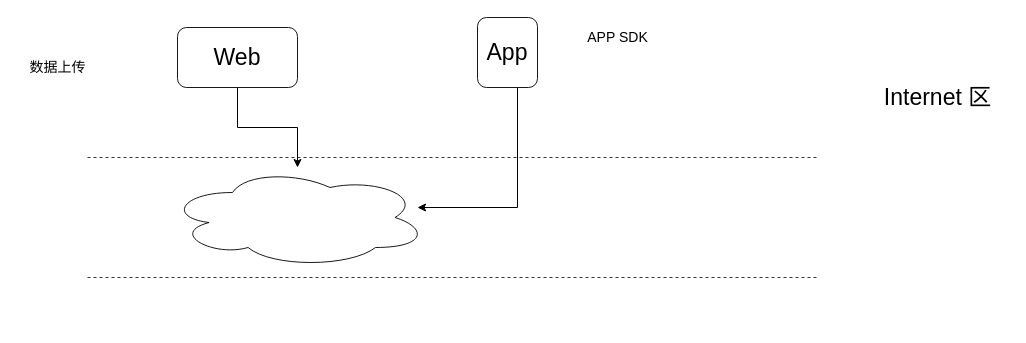
Earlier version of the draw.io diagram 通用平台上线.drawio (zeng0550/free-programming-books). Source tidied: cells renumbered, new cells numbered last; positions are measured from the earlier drawing's top-left corner, leaving out a move shared by most shapes. Both pictures are drawn from the tidied source at 100%, with x=0, y=0 at pixel (22, 17).
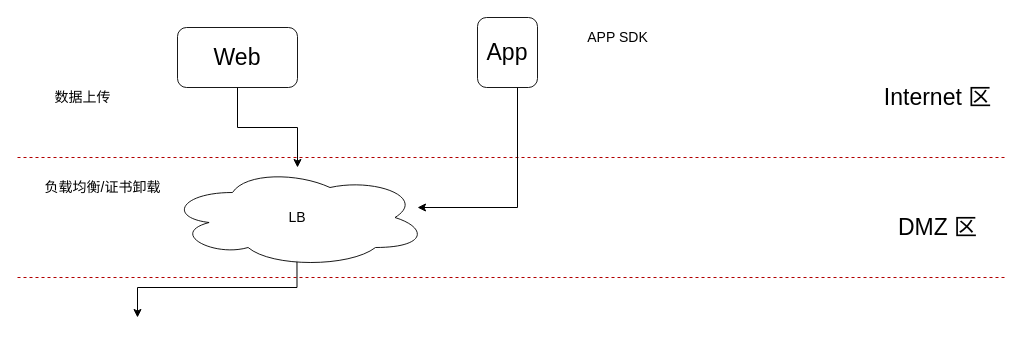
Above is the later version.

Commit message (it also covers changes not shown here):
更新通用平台上线.drawio

Change to the diagram source:
```diff
@@
     <mxCell id="2" style="endArrow=none;dashed=1;html=1;rounded=0;fillColor=#e51400;strokeColor=#B20000;" parent="1" edge="1">
       <mxGeometry relative="1" as="geometry">
-        <mxPoint x="65" y="140" as="sourcePoint" />
-        <mxPoint x="795" y="140" as="targetPoint" />
+        <mxPoint x="-5" y="140" as="sourcePoint" />
+        <mxPoint x="985" y="140" as="targetPoint" />
       </mxGeometry>
     </mxCell>
     <mxCell id="3" style="endArrow=none;dashed=1;html=1;rounded=0;fillColor=#e51400;strokeColor=#B20000;" parent="1" edge="1">
       <mxGeometry relative="1" as="geometry">
-        <mxPoint x="65" y="260" as="sourcePoint" />
-        <mxPoint x="795" y="260" as="targetPoint" />
+        <mxPoint x="-5" y="260" as="sourcePoint" />
+        <mxPoint x="985" y="260" as="targetPoint" />
       </mxGeometry>
     </mxCell>
@@
     <mxCell id="10" value="数据上传" style="text;html=1;align=center;verticalAlign=middle;strokeColor=none;fillColor=none;fontSize=14;" parent="1" vertex="1">
-      <mxGeometry y="40" width="70" height="20" as="geometry" />
+      <mxGeometry x="25" y="70" width="70" height="20" as="geometry" />
     </mxCell>
+    <mxCell id="12" style="edgeStyle=orthogonalEdgeStyle;rounded=0;jettySize=auto;html=1;fontSize=14;exitX=0.498;exitY=0.926;exitDx=0;exitDy=0;exitPerimeter=0;" parent="1" edge="1" source="11">
+      <mxGeometry relative="1" as="geometry">
+        <mxPoint x="115" y="300" as="targetPoint" />
+        <Array as="points">
+          <mxPoint x="275" y="270" />
+          <mxPoint x="115" y="270" />
+        </Array>
+      </mxGeometry>
+    </mxCell>
-    <mxCell id="11" style="ellipse;shape=cloud;whiteSpace=wrap;html=1;fontSize=14;strokeWidth=1;opacity=90;" parent="1" vertex="1">
+    <mxCell id="11" value="LB" style="ellipse;shape=cloud;whiteSpace=wrap;html=1;fontSize=14;strokeWidth=1;opacity=90;" parent="1" vertex="1">
       <mxGeometry x="145" y="150" width="260" height="100" as="geometry" />
     </mxCell>
+    <mxCell id="13" value="&lt;span style=&quot;font-size: 23px&quot;&gt;DMZ 区&lt;/span&gt;" style="text;html=1;align=center;verticalAlign=middle;strokeColor=none;fillColor=none;strokeWidth=9;perimeterSpacing=7;opacity=90;" parent="1" vertex="1">
+      <mxGeometry x="870" y="200" width="90" height="20" as="geometry" />
+    </mxCell>
+    <mxCell id="14" value="负载均衡/证书卸载" style="text;html=1;align=center;verticalAlign=middle;strokeColor=none;fillColor=none;fontSize=14;" parent="1" vertex="1">
+      <mxGeometry x="15" y="160" width="130" height="20" as="geometry" />
+    </mxCell>
```
